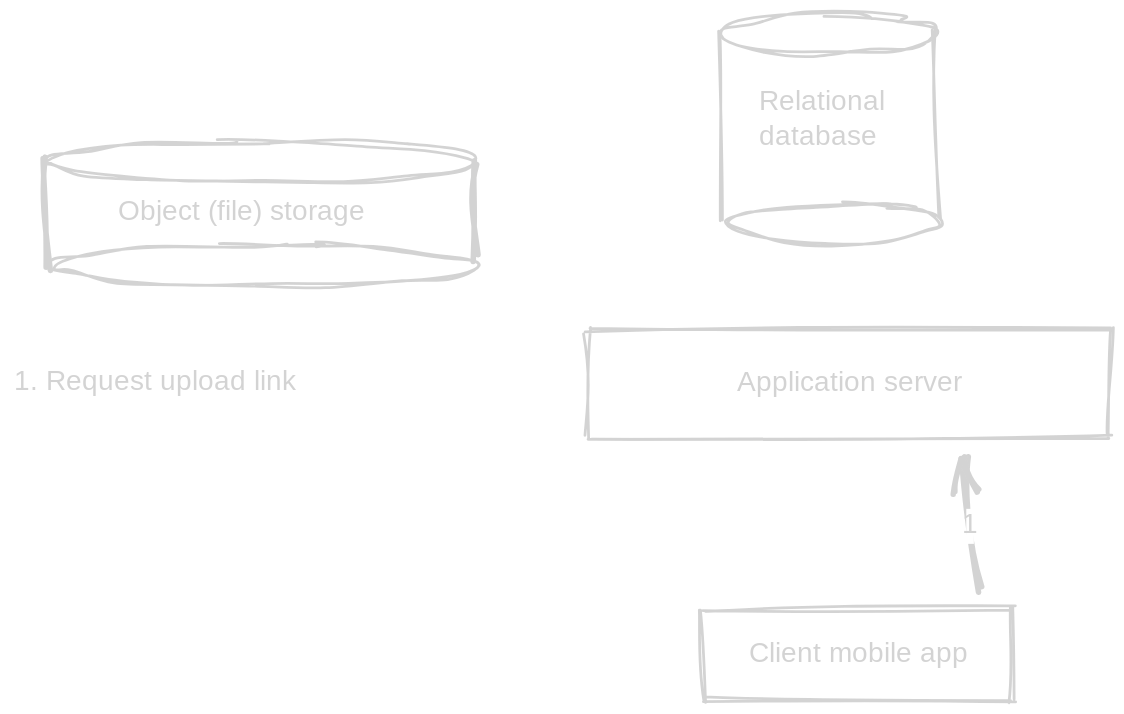
Before: images/gym-app-upload-1-revised.svg, a diagram exported from Excalidraw (filipegeric/scaling-the-client). Source tidied: one line per element, renumbered; positions are measured from the earlier drawing's top-left corner, leaving out a move shared by most shapes.
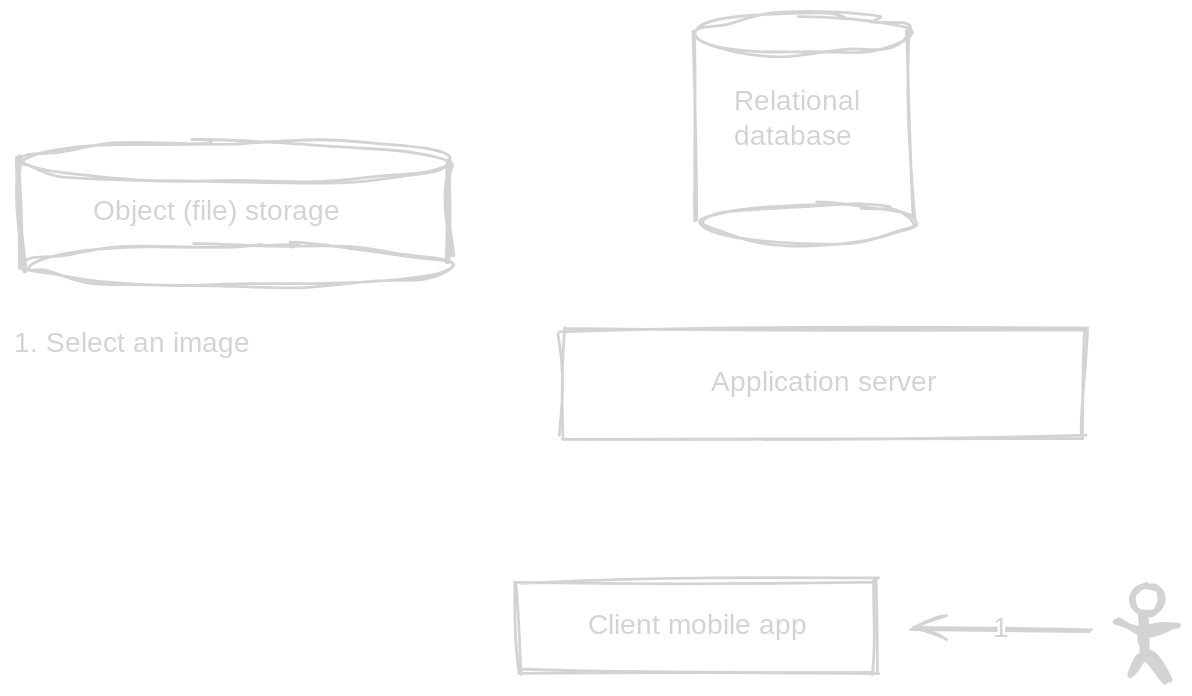
Later version of the same file.

What changed in the source:
```diff
@@ -1,5 +1,5 @@
-{"id": 0, "type": "rectangle", "strokeColor": "#1e1e1e", "strokeWidth": 2, "roughness": 2, "x": 492, "y": 425, "width": 222, "height": 65}
+{"id": 0, "type": "rectangle", "strokeColor": "#1e1e1e", "strokeWidth": 2, "roughness": 2, "x": 378, "y": 405, "width": 256, "height": 65}
-{"id": 1, "type": "text", "text": "Client mobile app", "strokeColor": "#1e1e1e", "backgroundColor": "#ffffff", "fillStyle": "solid", "strokeWidth": 2, "roughness": 2, "fontSize": 20, "fontFamily": 1, "textAlign": "center", "verticalAlign": "middle", "inside": 0, "x": 522, "y": 445, "width": 162, "height": 25}
+{"id": 1, "type": "text", "text": "Client mobile app", "strokeColor": "#1e1e1e", "backgroundColor": "#ffffff", "fillStyle": "solid", "strokeWidth": 2, "roughness": 2, "fontSize": 20, "fontFamily": 1, "textAlign": "center", "verticalAlign": "middle", "inside": 0, "x": 426, "y": 425, "width": 162, "height": 25}
 {"id": 2, "type": "rectangle", "strokeColor": "#1e1e1e", "strokeWidth": 2, "roughness": 2, "x": 410, "y": 225, "width": 372, "height": 78}
 {"id": 3, "type": "text", "text": "Application server", "strokeColor": "#1e1e1e", "backgroundColor": "#ffffff", "fillStyle": "solid", "strokeWidth": 2, "roughness": 2, "fontSize": 20, "fontFamily": 1, "textAlign": "center", "verticalAlign": "middle", "inside": 2, "x": 510, "y": 251, "width": 172, "height": 25}
 {"id": 4, "type": "ellipse", "strokeColor": "#1e1e1e", "strokeWidth": 2, "roughness": 2, "x": 509, "y": 135, "width": 153, "height": 28}
@@ -12,6 +12,29 @@
 {"id": 11, "type": "text", "text": "Object (file) storage", "strokeColor": "#1e1e1e", "strokeWidth": 4, "roughness": 2, "fontSize": 20, "fontFamily": 1, "x": 75, "y": 129, "width": 205, "height": 25}
 {"id": 12, "type": "line", "strokeColor": "#1e1e1e", "strokeWidth": 4, "roughness": 2, "x": 22, "y": 103, "width": 2, "height": 77, "points": [[0, 0], [2, 77]]}
 {"id": 13, "type": "line", "strokeColor": "#1e1e1e", "strokeWidth": 4, "roughness": 2, "x": 327, "y": 105, "width": 3, "height": 69, "points": [[0, 0], [3, 69]]}
-{"id": 14, "type": "arrow", "strokeColor": "#1e1e1e", "strokeWidth": 4, "roughness": 2, "endArrowhead": "arrow", "from": 0, "to": 2, "x": 688, "y": 412, "width": 10, "height": 92, "points": [[0, 0], [-10, -92]]}
+{"id": 17, "type": "ellipse", "strokeColor": "#1e1e1e", "strokeWidth": 4, "roughness": 2, "round": true, "x": 818, "y": 408, "width": 20, "height": 20}
+{"id": 18, "type": "line", "strokeColor": "#1e1e1e", "strokeWidth": 4, "roughness": 2, "round": true, "x": 827, "y": 428, "width": 46, "height": 47, "points": [[0, 0], [1, 29], [-13, 45], [1, 30], [17, 47], [-1, 28], [-1, 12], [23, 7], [-1, 12], [-22, 6]]}
+{"id": 19, "type": "arrow", "strokeColor": "#1e1e1e", "strokeWidth": 2, "roughness": 1, "endArrowhead": "arrow", "round": true, "x": 787, "y": 441, "width": 127, "height": 2, "points": [[0, 0], [-127, -2]]}
-{"id": 15, "type": "text", "text": "1", "strokeColor": "#1e1e1e", "strokeWidth": 4, "roughness": 2, "fontSize": 20, "fontFamily": 1, "textAlign": "center", "verticalAlign": "middle", "inside": 14, "x": 680, "y": 353, "width": 5, "height": 25}
+{"id": 15, "type": "text", "text": "1", "strokeColor": "#1e1e1e", "strokeWidth": 2, "roughness": 1, "fontSize": 20, "fontFamily": 1, "textAlign": "center", "verticalAlign": "middle", "inside": 19, "x": 721, "y": 428, "width": 5, "height": 25}
-{"id": 16, "type": "text", "text": "1. Request upload link", "strokeColor": "#1e1e1e", "strokeWidth": 4, "roughness": 2, "fontSize": 20, "fontFamily": 1, "x": 0, "y": 251, "width": 212, "height": 25}
+{"id": 20, "type": "arrow", "strokeColor": "#1e1e1e", "strokeWidth": 2, "roughness": 1, "opacity": 0, "endArrowhead": "arrow", "round": true, "x": 394, "y": 451, "width": 39, "height": 28, "points": [[0, 0], [-8, -1], [-11, -8], [-8, -18], [3, -26], [17, -25], [27, -17], [28, -8], [24, 0], [15, 2]]}
+{"id": 21, "type": "text", "text": "2", "strokeColor": "#1e1e1e", "strokeWidth": 2, "roughness": 1, "opacity": 0, "fontSize": 12.3, "fontFamily": 1, "x": 399, "y": 432, "width": 9, "height": 15}
+{"id": 22, "type": "text", "text": "1. Select an image", "strokeColor": "#1e1e1e", "strokeWidth": 2, "roughness": 1, "fontSize": 20, "fontFamily": 1, "x": 18, "y": 224, "width": 176, "height": 25}
+{"id": 23, "type": "text", "text": "2. Generate thumbnail", "strokeColor": "#1e1e1e", "strokeWidth": 2, "roughness": 1, "opacity": 0, "fontSize": 20, "fontFamily": 1, "x": 18, "y": 251, "width": 219, "height": 25}
+{"id": 24, "type": "arrow", "strokeColor": "#1e1e1e", "strokeWidth": 2, "roughness": 1, "opacity": 0, "endArrowhead": "arrow", "round": true, "from": 0, "to": 2, "x": 621, "y": 395, "width": 58, "height": 80, "points": [[0, 0], [58, -80]]}
+{"id": 25, "type": "text", "text": "3", "strokeColor": "#1e1e1e", "strokeWidth": 2, "roughness": 1, "opacity": 0, "fontSize": 20, "fontFamily": 1, "textAlign": "center", "verticalAlign": "middle", "inside": 24, "x": 643, "y": 342, "width": 14, "height": 25}
+{"id": 26, "type": "arrow", "strokeColor": "#1e1e1e", "strokeWidth": 2, "roughness": 1, "opacity": 0, "endArrowhead": "arrow", "round": true, "from": 2, "to": 0, "x": 640, "y": 315, "width": 68, "height": 78, "points": [[0, 0], [-68, 78]]}
+{"id": 27, "type": "text", "text": "4", "strokeColor": "#1e1e1e", "strokeWidth": 2, "roughness": 1, "opacity": 0, "fontSize": 20, "fontFamily": 1, "textAlign": "center", "verticalAlign": "middle", "inside": 26, "x": 599, "y": 341, "width": 13, "height": 25}
+{"id": 28, "type": "arrow", "strokeColor": "#1e1e1e", "strokeWidth": 2, "roughness": 1, "opacity": 0, "endArrowhead": "arrow", "round": true, "from": 0, "to": 9, "x": 405, "y": 394, "width": 127, "height": 193, "points": [[0, 0], [-127, -193]]}
+{"id": 29, "type": "text", "text": "5", "strokeColor": "#1e1e1e", "strokeWidth": 2, "roughness": 1, "opacity": 0, "fontSize": 20, "fontFamily": 1, "textAlign": "center", "verticalAlign": "middle", "inside": 28, "x": 335, "y": 285, "width": 12, "height": 25}
+{"id": 30, "type": "arrow", "strokeColor": "#1e1e1e", "strokeWidth": 2, "roughness": 1, "opacity": 0, "endArrowhead": "arrow", "round": true, "from": 0, "to": 2, "x": 532, "y": 392, "width": 21, "height": 76, "points": [[0, 0], [21, -76]]}
+{"id": 31, "type": "text", "text": "6", "strokeColor": "#1e1e1e", "strokeWidth": 2, "roughness": 1, "opacity": 0, "fontSize": 16, "fontFamily": 1, "textAlign": "center", "verticalAlign": "middle", "inside": 30, "x": 538, "y": 344, "width": 10, "height": 20}
+{"id": 32, "type": "arrow", "strokeColor": "#1e1e1e", "strokeWidth": 2, "roughness": 1, "opacity": 0, "endArrowhead": "arrow", "round": true, "from": 2, "to": 4, "x": 520, "y": 213, "width": 73, "height": 39, "points": [[0, 0], [73, -39]]}
+{"id": 33, "type": "text", "text": "7", "strokeColor": "#1e1e1e", "strokeWidth": 2, "roughness": 1, "opacity": 0, "fontSize": 16, "fontFamily": 1, "textAlign": "center", "verticalAlign": "middle", "inside": 32, "x": 553, "y": 183, "width": 9, "height": 20}
+{"id": 34, "type": "arrow", "strokeColor": "#1e1e1e", "strokeWidth": 2, "roughness": 1, "opacity": 0, "endArrowhead": "arrow", "round": true, "from": 2, "to": 0, "x": 494, "y": 314, "width": 4, "height": 77, "points": [[0, 0], [4, 77]]}
+{"id": 35, "type": "text", "text": "8", "strokeColor": "#1e1e1e", "strokeWidth": 2, "roughness": 1, "opacity": 0, "fontSize": 16, "fontFamily": 1, "textAlign": "center", "verticalAlign": "middle", "inside": 34, "x": 490, "y": 342, "width": 12, "height": 20}
+{"id": 36, "type": "text", "text": "3. Request upload links", "strokeColor": "#1e1e1e", "strokeWidth": 2, "roughness": 1, "opacity": 0, "fontSize": 20, "fontFamily": 1, "x": 18, "y": 279, "width": 231, "height": 25}
+{"id": 37, "type": "text", "text": "4. Return upload links", "strokeColor": "#1e1e1e", "strokeWidth": 2, "roughness": 1, "opacity": 0, "fontSize": 20, "fontFamily": 1, "x": 18, "y": 306, "width": 215, "height": 25}
+{"id": 38, "type": "text", "text": "5. Upload image and thumbnail", "strokeColor": "#1e1e1e", "strokeWidth": 2, "roughness": 1, "opacity": 0, "fontSize": 20, "fontFamily": 1, "x": 18, "y": 330, "width": 296, "height": 25}
+{"id": 39, "type": "text", "text": "6. Send metadata", "strokeColor": "#1e1e1e", "strokeWidth": 2, "roughness": 1, "opacity": 0, "fontSize": 20, "fontFamily": 1, "x": 18, "y": 360, "width": 180, "height": 25}
+{"id": 40, "type": "text", "text": "7. Store metadata", "strokeColor": "#1e1e1e", "strokeWidth": 2, "roughness": 1, "opacity": 0, "fontSize": 20, "fontFamily": 1, "x": 18, "y": 388, "width": 188, "height": 25}
+{"id": 41, "type": "text", "text": "8. Return success response", "strokeColor": "#1e1e1e", "strokeWidth": 2, "roughness": 1, "opacity": 0, "fontSize": 20, "fontFamily": 1, "x": 18, "y": 416, "width": 273, "height": 25}
```
